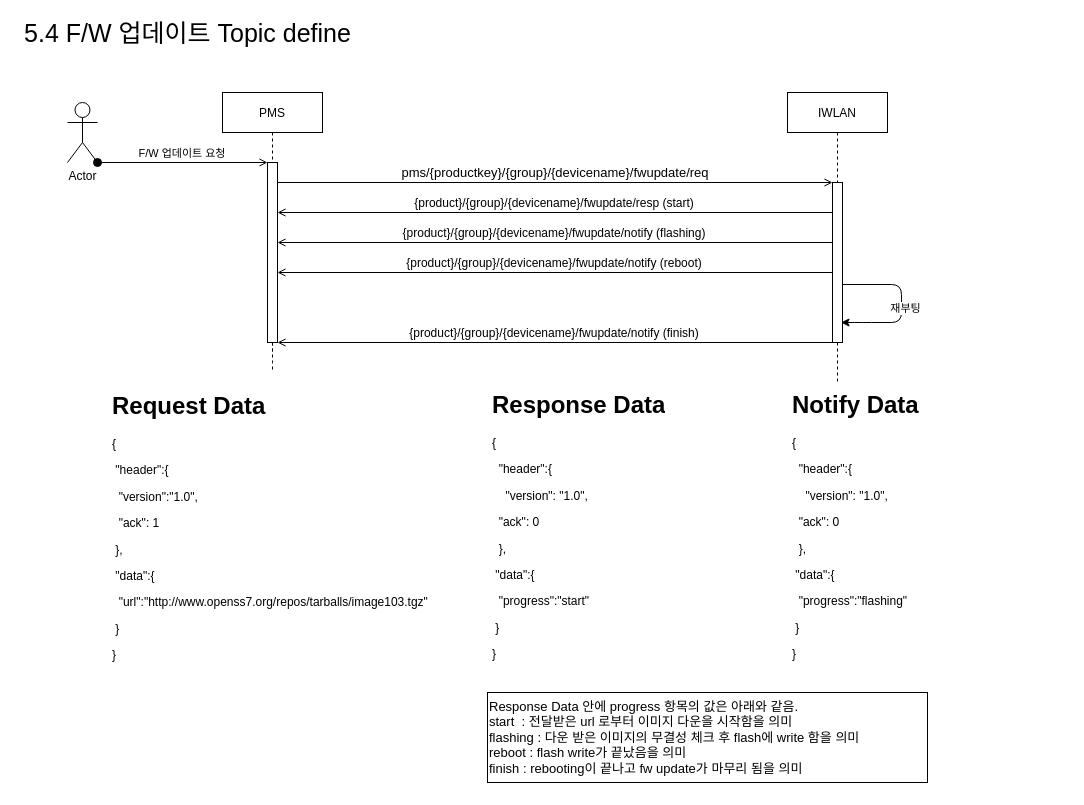
The draw.io diagram page "5.4 F/W 업데이트 Topic define" (2 of 2) of s-project-ota.drawio in carnavi-jskim/draw.io, before the edit. Source tidied: cells renumbered, new cells numbered last; positions are measured from the earlier drawing's top-left corner, leaving out a move shared by most shapes. Both pictures are drawn from the tidied source at 100%, with x=0, y=0 at pixel (17, 22).
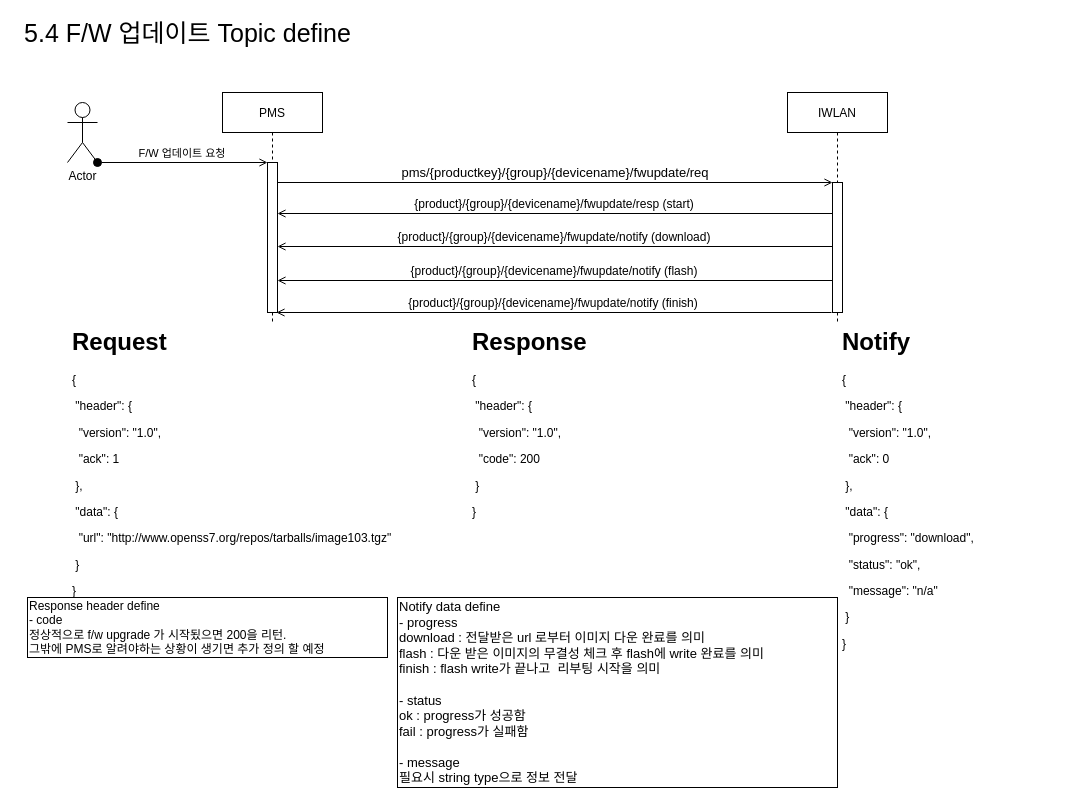
The same diagram, later.

The edit, as a diff of the source:
```diff
@@
     <mxCell id="2" value="PMS" style="shape=umlLifeline;perimeter=lifelinePerimeter;rounded=0;shadow=0;strokeWidth=1;" parent="1" vertex="1">
-      <mxGeometry x="205" y="70" width="100" height="260" as="geometry" />
+      <mxGeometry x="205" y="70" width="100" height="230" as="geometry" />
     </mxCell>
     <mxCell id="3" style="points=[];perimeter=orthogonalPerimeter;rounded=0;shadow=0;strokeWidth=1;" parent="2" vertex="1">
-      <mxGeometry x="45" y="70" width="10" height="180" as="geometry" />
+      <mxGeometry x="45" y="70" width="10" height="150" as="geometry" />
     </mxCell>
@@
-    <mxCell id="5" value="{product}/{group}/{devicename}/fwupdate/resp (start)" style="verticalAlign=bottom;endArrow=open;entryX=1;entryY=0;shadow=0;strokeWidth=1;fontSize=12;endFill=0;" parent="1" edge="1" source="12">
+    <mxCell id="5" value="{product}/{group}/{devicename}/fwupdate/notify (download)" style="verticalAlign=bottom;endArrow=open;entryX=1;entryY=0;shadow=0;strokeWidth=1;fontSize=12;endFill=0;" parent="1" edge="1">
       <mxGeometry relative="1" as="geometry">
-        <mxPoint x="260" y="190" as="targetPoint" />
+        <mxPoint x="815" y="224" as="sourcePoint" />
+        <mxPoint x="260" y="224" as="targetPoint" />
       </mxGeometry>
     </mxCell>
@@
     <mxCell id="9" value="IWLAN" style="shape=umlLifeline;perimeter=lifelinePerimeter;rounded=0;shadow=0;strokeWidth=1;" parent="1" vertex="1">
-      <mxGeometry x="770" y="70" width="100" height="290" as="geometry" />
+      <mxGeometry x="770" y="70" width="100" height="230" as="geometry" />
     </mxCell>
-    <mxCell id="10" style="endArrow=classic;html=1;exitX=-0.1;exitY=0.51;exitDx=0;exitDy=0;exitPerimeter=0;" parent="9" edge="1">
-      <mxGeometry relative="1" as="geometry">
-        <mxPoint x="48" y="192" as="sourcePoint" />
-        <mxPoint x="53.5" y="230" as="targetPoint" />
-        <Array as="points">
-          <mxPoint x="114" y="192" />
-          <mxPoint x="114" y="230" />
-          <mxPoint x="74" y="230" />
-        </Array>
-      </mxGeometry>
-    </mxCell>
-    <mxCell id="11" value="재부팅" style="edgeLabel;html=1;align=center;verticalAlign=middle;" parent="10" vertex="1">
-      <mxGeometry x="0.08" y="3" relative="1" as="geometry" />
-    </mxCell>
     <mxCell id="12" style="points=[];perimeter=orthogonalPerimeter;rounded=0;shadow=0;strokeWidth=1;" parent="9" vertex="1">
-      <mxGeometry x="45" y="90" width="10" height="160" as="geometry" />
+      <mxGeometry x="45" y="90" width="10" height="130" as="geometry" />
     </mxCell>
-    <mxCell id="13" value="&lt;h1&gt;Request Data&lt;/h1&gt;&lt;p&gt;{&lt;/p&gt;&lt;p&gt;&lt;span&gt; &lt;/span&gt;&lt;span&gt; &lt;/span&gt;&lt;span style=&quot;white-space: pre&quot;&gt; &lt;/span&gt;&quot;header&quot;:{&lt;br&gt;&lt;/p&gt;&lt;p&gt;&lt;span&gt; &lt;/span&gt;&lt;span&gt; &lt;/span&gt;&lt;span&gt; &lt;/span&gt;&lt;span&gt; &lt;/span&gt;&lt;span style=&quot;white-space: pre&quot;&gt; &lt;/span&gt;&lt;span style=&quot;white-space: pre&quot;&gt; &lt;/span&gt;&quot;version&quot;:&quot;1.0&quot;,&lt;/p&gt;&lt;p&gt;&lt;span style=&quot;white-space: pre&quot;&gt; &lt;/span&gt;&lt;span style=&quot;white-space: pre&quot;&gt; &lt;/span&gt;&quot;ack&quot;: 1&lt;br&gt;&lt;/p&gt;&lt;p&gt;&lt;span&gt; &lt;/span&gt;&lt;span&gt; &lt;/span&gt;&lt;span style=&quot;white-space: pre&quot;&gt; &lt;/span&gt;},&lt;br&gt;&lt;/p&gt;&lt;p&gt;&lt;span&gt; &lt;/span&gt;&lt;span style=&quot;white-space: pre&quot;&gt; &lt;/span&gt;&quot;data&quot;:{&lt;/p&gt;&lt;p&gt;&lt;span&gt; &lt;/span&gt;&lt;span&gt; &lt;/span&gt;&lt;span style=&quot;white-space: pre&quot;&gt; &lt;/span&gt;&lt;span style=&quot;white-space: pre&quot;&gt; &lt;/span&gt;&quot;url&quot;:&quot;http://www.openss7.org/repos/tarballs/image103.tgz&quot;&lt;br&gt;&lt;/p&gt;&lt;p&gt;&lt;span&gt; &lt;/span&gt;&lt;span style=&quot;white-space: pre&quot;&gt; &lt;/span&gt;}&lt;/p&gt;&lt;p&gt;}&lt;/p&gt;" style="text;html=1;strokeColor=none;fillColor=none;spacing=5;spacingTop=-20;whiteSpace=wrap;overflow=hidden;rounded=0;fontSize=12;" parent="1" vertex="1">
-      <mxGeometry x="90" y="364" width="370" height="325" as="geometry" />
+    <mxCell id="13" value="&lt;h1&gt;Request&lt;/h1&gt;&lt;p&gt;{&lt;/p&gt;&lt;p&gt;&lt;span&gt;&lt;span style=&quot;white-space: pre&quot;&gt; &lt;/span&gt;&quot;header&quot;: {&lt;/span&gt;&lt;/p&gt;&lt;p&gt;&lt;span&gt;&lt;span style=&quot;white-space: pre&quot;&gt; &lt;/span&gt;&lt;span style=&quot;white-space: pre&quot;&gt; &lt;/span&gt;&quot;version&quot;: &quot;1.0&quot;,&lt;/span&gt;&lt;/p&gt;&lt;p&gt;&lt;span&gt;&lt;span style=&quot;white-space: pre&quot;&gt; &lt;/span&gt;&lt;span style=&quot;white-space: pre&quot;&gt; &lt;/span&gt;&quot;ack&quot;: 1&lt;/span&gt;&lt;/p&gt;&lt;p&gt;&lt;span&gt;&lt;span style=&quot;white-space: pre&quot;&gt; &lt;/span&gt;},&lt;/span&gt;&lt;/p&gt;&lt;p&gt;&lt;span&gt;&lt;span style=&quot;white-space: pre&quot;&gt; &lt;/span&gt;&quot;data&quot;: {&lt;/span&gt;&lt;/p&gt;&lt;p&gt;&lt;span&gt;&lt;span style=&quot;white-space: pre&quot;&gt; &lt;/span&gt;&lt;span style=&quot;white-space: pre&quot;&gt; &lt;/span&gt;&quot;url&quot;: &quot;http://www.openss7.org/repos/tarballs/image103.tgz&quot;&lt;/span&gt;&lt;/p&gt;&lt;p&gt;&lt;span&gt;&lt;span style=&quot;white-space: pre&quot;&gt; &lt;/span&gt;}&lt;/span&gt;&lt;/p&gt;&lt;p&gt;&lt;span&gt;}&lt;/span&gt;&lt;/p&gt;" style="text;html=1;strokeColor=none;fillColor=none;spacing=5;spacingTop=-20;whiteSpace=wrap;overflow=hidden;rounded=0;fontSize=12;" parent="1" vertex="1">
+      <mxGeometry x="50" y="300" width="380" height="286" as="geometry" />
     </mxCell>
-    <mxCell id="14" value="&lt;h1&gt;Response Data&lt;/h1&gt;&lt;p&gt;{&lt;/p&gt;&lt;p&gt;&lt;span style=&quot;white-space: pre&quot;&gt; &lt;span style=&quot;white-space: pre&quot;&gt; &lt;/span&gt;&lt;/span&gt;&quot;header&quot;:{&lt;br&gt;&lt;/p&gt;&lt;p&gt;&lt;span style=&quot;white-space: pre&quot;&gt; &lt;/span&gt;&lt;span style=&quot;white-space: pre&quot;&gt; &lt;span style=&quot;white-space: pre&quot;&gt; &lt;/span&gt;&lt;span style=&quot;white-space: pre&quot;&gt; &lt;/span&gt;&lt;/span&gt;&quot;version&quot;: &quot;1.0&quot;,&lt;/p&gt;&lt;p&gt;&lt;span style=&quot;white-space: pre&quot;&gt; &lt;/span&gt;&lt;span style=&quot;white-space: pre&quot;&gt; &lt;/span&gt;&quot;ack&quot;: 0&lt;br&gt;&lt;/p&gt;&lt;p&gt;&lt;span style=&quot;white-space: pre&quot;&gt; &lt;span style=&quot;white-space: pre&quot;&gt; &lt;/span&gt;&lt;/span&gt;},&lt;br&gt;&lt;/p&gt;&lt;p&gt;&lt;span style=&quot;white-space: pre&quot;&gt; &lt;/span&gt;&quot;data&quot;:{&lt;/p&gt;&lt;p&gt;&lt;span style=&quot;white-space: pre&quot;&gt; &lt;/span&gt;&lt;span style=&quot;white-space: pre&quot;&gt; &lt;/span&gt;&quot;progress&quot;:&quot;start&quot;&lt;br&gt;&lt;/p&gt;&lt;p&gt;&lt;span style=&quot;white-space: pre&quot;&gt; &lt;/span&gt;}&lt;/p&gt;&lt;p&gt;}&lt;/p&gt;" style="text;html=1;strokeColor=none;fillColor=none;spacing=5;spacingTop=-20;whiteSpace=wrap;overflow=hidden;rounded=0;fontSize=12;" parent="1" vertex="1">
-      <mxGeometry x="470" y="363" width="210" height="276" as="geometry" />
-    </mxCell>
-    <mxCell id="15" style="edgeStyle=orthogonalEdgeStyle;rounded=0;jettySize=auto;html=1;dashed=1;endArrow=none;endFill=0;" parent="1" edge="1" source="3">
-      <mxGeometry relative="1" as="geometry">
-        <mxPoint x="255" y="350" as="targetPoint" />
-      </mxGeometry>
-    </mxCell>
-    <mxCell id="16" value="&lt;font style=&quot;font-size: 13px&quot;&gt;Response Data 안에 progress 항목의 값은 아래와 같음.&lt;br&gt;&lt;div&gt;&lt;span&gt;start&lt;span style=&quot;white-space: pre&quot;&gt; &lt;/span&gt;&lt;span style=&quot;white-space: pre&quot;&gt; &lt;/span&gt;: 전달받은 url 로부터 이미지 다운을 시작함을 의미&lt;/span&gt;&lt;/div&gt;&lt;div&gt;&lt;span&gt;flashing&lt;span style=&quot;white-space: pre&quot;&gt; &lt;/span&gt;: 다운 받은 이미지의 무결성 체크 후 flash에 write 함을 의미&lt;/span&gt;&lt;/div&gt;&lt;div&gt;&lt;span&gt;reboot&lt;span style=&quot;white-space: pre&quot;&gt; &lt;/span&gt;: flash write가 끝났음을 의미&lt;/span&gt;&lt;/div&gt;&lt;div&gt;finish&lt;span style=&quot;white-space: pre&quot;&gt; &lt;/span&gt;: rebooting이 끝나고 fw update가 마무리 됨을 의미&lt;/div&gt;&lt;/font&gt;" style="rounded=0;whiteSpace=wrap;html=1;align=left;" parent="1" vertex="1">
-      <mxGeometry x="470" y="670" width="440" height="90" as="geometry" />
+    <mxCell id="16" value="&lt;font style=&quot;font-size: 13px&quot;&gt;Notify data define&lt;br&gt;- progress&lt;br&gt;&lt;div&gt;&lt;span&gt;download&lt;span style=&quot;white-space: pre&quot;&gt; &lt;/span&gt;: 전달받은 url 로부터 이미지 다운 완료를 의미&lt;/span&gt;&lt;/div&gt;&lt;div&gt;&lt;span&gt;flash&lt;span style=&quot;white-space: pre&quot;&gt; &lt;/span&gt;: 다운 받은 이미지의 무결성 체크 후 flash에 write 완료를 의미&lt;/span&gt;&lt;/div&gt;&lt;div&gt;&lt;span&gt;finish&lt;span style=&quot;white-space: pre&quot;&gt; &lt;/span&gt;&lt;/span&gt;&lt;span&gt;: flash write가 끝나고&amp;nbsp; 리부팅 시작을 의미&lt;/span&gt;&lt;br&gt;&lt;/div&gt;&lt;div&gt;&lt;span&gt;&lt;br&gt;&lt;/span&gt;&lt;/div&gt;&lt;div&gt;&lt;span&gt;- status&lt;/span&gt;&lt;/div&gt;&lt;div&gt;&lt;span&gt;ok&lt;span style=&quot;white-space: pre&quot;&gt; &lt;/span&gt;: progress가 성공함&amp;nbsp;&lt;/span&gt;&lt;/div&gt;&lt;div&gt;&lt;span&gt;fail&lt;span style=&quot;white-space: pre&quot;&gt; &lt;/span&gt;: progress가 실패함&lt;/span&gt;&lt;/div&gt;&lt;div&gt;&lt;span&gt;&lt;br&gt;&lt;/span&gt;&lt;/div&gt;&lt;div&gt;&lt;span&gt;- message&lt;/span&gt;&lt;/div&gt;&lt;div&gt;필요시 string type으로 정보 전달&lt;/div&gt;&lt;/font&gt;" style="rounded=0;whiteSpace=wrap;html=1;align=left;" parent="1" vertex="1">
+      <mxGeometry x="380" y="575" width="440" height="190" as="geometry" />
     </mxCell>
-    <mxCell id="17" value="{product}/{group}/{devicename}/fwupdate/notify (flashing)" style="verticalAlign=bottom;endArrow=open;entryX=1;entryY=0;shadow=0;strokeWidth=1;fontSize=12;endFill=0;" parent="1" edge="1">
+    <mxCell id="17" value="{product}/{group}/{devicename}/fwupdate/notify (flash)" style="verticalAlign=bottom;endArrow=open;entryX=1;entryY=0;shadow=0;strokeWidth=1;fontSize=12;endFill=0;" parent="1" edge="1">
       <mxGeometry relative="1" as="geometry">
-        <mxPoint x="815" y="220" as="sourcePoint" />
-        <mxPoint x="260" y="220" as="targetPoint" />
+        <mxPoint x="815" y="258" as="sourcePoint" />
+        <mxPoint x="260" y="258" as="targetPoint" />
       </mxGeometry>
     </mxCell>
-    <mxCell id="18" value="{product}/{group}/{devicename}/fwupdate/notify (reboot)" style="verticalAlign=bottom;endArrow=open;entryX=1;entryY=0;shadow=0;strokeWidth=1;fontSize=12;endFill=0;" parent="1" edge="1">
+    <mxCell id="18" value="{product}/{group}/{devicename}/fwupdate/notify (finish)" style="verticalAlign=bottom;endArrow=open;entryX=1;entryY=0;shadow=0;strokeWidth=1;fontSize=12;endFill=0;" parent="1" edge="1">
       <mxGeometry relative="1" as="geometry">
-        <mxPoint x="815" y="250" as="sourcePoint" />
-        <mxPoint x="260" y="250" as="targetPoint" />
+        <mxPoint x="814" y="290" as="sourcePoint" />
+        <mxPoint x="259" y="290" as="targetPoint" />
       </mxGeometry>
     </mxCell>
-    <mxCell id="19" value="{product}/{group}/{devicename}/fwupdate/notify (finish)" style="verticalAlign=bottom;endArrow=open;entryX=1;entryY=0;shadow=0;strokeWidth=1;fontSize=12;endFill=0;" parent="1" edge="1">
-      <mxGeometry relative="1" as="geometry">
-        <mxPoint x="815" y="320" as="sourcePoint" />
-        <mxPoint x="260" y="320" as="targetPoint" />
-      </mxGeometry>
-    </mxCell>
-    <mxCell id="20" value="&lt;h1&gt;Notify Data&lt;/h1&gt;&lt;p&gt;{&lt;/p&gt;&lt;p&gt;&lt;span style=&quot;white-space: pre&quot;&gt; &lt;span style=&quot;white-space: pre&quot;&gt; &lt;/span&gt;&lt;/span&gt;&quot;header&quot;:{&lt;br&gt;&lt;/p&gt;&lt;p&gt;&lt;span style=&quot;white-space: pre&quot;&gt; &lt;/span&gt;&lt;span style=&quot;white-space: pre&quot;&gt; &lt;span style=&quot;white-space: pre&quot;&gt; &lt;/span&gt;&lt;span style=&quot;white-space: pre&quot;&gt; &lt;/span&gt;&lt;/span&gt;&quot;version&quot;: &quot;1.0&quot;,&lt;/p&gt;&lt;p&gt;&lt;span style=&quot;white-space: pre&quot;&gt; &lt;/span&gt;&lt;span style=&quot;white-space: pre&quot;&gt; &lt;/span&gt;&quot;ack&quot;: 0&lt;br&gt;&lt;/p&gt;&lt;p&gt;&lt;span style=&quot;white-space: pre&quot;&gt; &lt;span style=&quot;white-space: pre&quot;&gt; &lt;/span&gt;&lt;/span&gt;},&lt;br&gt;&lt;/p&gt;&lt;p&gt;&lt;span style=&quot;white-space: pre&quot;&gt; &lt;/span&gt;&quot;data&quot;:{&lt;/p&gt;&lt;p&gt;&lt;span style=&quot;white-space: pre&quot;&gt; &lt;/span&gt;&lt;span style=&quot;white-space: pre&quot;&gt; &lt;/span&gt;&quot;progress&quot;:&quot;flashing&quot;&lt;br&gt;&lt;/p&gt;&lt;p&gt;&lt;span style=&quot;white-space: pre&quot;&gt; &lt;/span&gt;}&lt;/p&gt;&lt;p&gt;}&lt;/p&gt;" style="text;html=1;strokeColor=none;fillColor=none;spacing=5;spacingTop=-20;whiteSpace=wrap;overflow=hidden;rounded=0;fontSize=12;" parent="1" vertex="1">
-      <mxGeometry x="770" y="363" width="210" height="276" as="geometry" />
+    <mxCell id="20" value="&lt;h1&gt;Notify&lt;/h1&gt;&lt;p&gt;{&lt;/p&gt;&lt;p&gt;&lt;span&gt;&lt;span style=&quot;white-space: pre&quot;&gt; &lt;/span&gt;&quot;header&quot;: {&lt;/span&gt;&lt;/p&gt;&lt;p&gt;&lt;span&gt;&lt;span style=&quot;white-space: pre&quot;&gt; &lt;/span&gt;&lt;span style=&quot;white-space: pre&quot;&gt; &lt;/span&gt;&quot;version&quot;: &quot;1.0&quot;,&lt;/span&gt;&lt;/p&gt;&lt;p&gt;&lt;span&gt;&lt;span style=&quot;white-space: pre&quot;&gt; &lt;/span&gt;&lt;span style=&quot;white-space: pre&quot;&gt; &lt;/span&gt;&quot;ack&quot;: 0&lt;/span&gt;&lt;/p&gt;&lt;p&gt;&lt;span&gt;&lt;span style=&quot;white-space: pre&quot;&gt; &lt;/span&gt;},&lt;/span&gt;&lt;/p&gt;&lt;p&gt;&lt;span&gt;&lt;span style=&quot;white-space: pre&quot;&gt; &lt;/span&gt;&quot;data&quot;: {&lt;/span&gt;&lt;/p&gt;&lt;p&gt;&lt;span&gt;&lt;span style=&quot;white-space: pre&quot;&gt; &lt;/span&gt;&lt;span style=&quot;white-space: pre&quot;&gt; &lt;/span&gt;&quot;progress&quot;: &quot;download&quot;,&lt;/span&gt;&lt;/p&gt;&lt;p&gt;&lt;span&gt;&lt;span style=&quot;white-space: pre&quot;&gt; &lt;/span&gt;&lt;span style=&quot;white-space: pre&quot;&gt; &lt;/span&gt;&quot;status&quot;: &quot;ok&quot;,&lt;br&gt;&lt;/span&gt;&lt;/p&gt;&lt;p&gt;&lt;span&gt;&lt;span style=&quot;white-space: pre&quot;&gt; &lt;/span&gt;&lt;span style=&quot;white-space: pre&quot;&gt; &lt;/span&gt;&quot;message&quot;: &quot;n/a&quot;&lt;br&gt;&lt;/span&gt;&lt;/p&gt;&lt;p&gt;&lt;span&gt;&lt;span style=&quot;white-space: pre&quot;&gt; &lt;/span&gt;}&lt;/span&gt;&lt;/p&gt;&lt;p&gt;&lt;span&gt;}&lt;/span&gt;&lt;/p&gt;" style="text;html=1;strokeColor=none;fillColor=none;spacing=5;spacingTop=-20;whiteSpace=wrap;overflow=hidden;rounded=0;fontSize=12;" parent="1" vertex="1">
+      <mxGeometry x="820" y="300" width="230" height="347" as="geometry" />
     </mxCell>
+    <mxCell id="21" value="{product}/{group}/{devicename}/fwupdate/resp (start)" style="verticalAlign=bottom;endArrow=open;entryX=1;entryY=0;shadow=0;strokeWidth=1;fontSize=12;endFill=0;" parent="1" edge="1">
+      <mxGeometry relative="1" as="geometry">
+        <mxPoint x="815" y="191" as="sourcePoint" />
+        <mxPoint x="260" y="191" as="targetPoint" />
+      </mxGeometry>
+    </mxCell>
+    <mxCell id="22" value="&lt;h1&gt;Response&lt;/h1&gt;&lt;p&gt;&lt;/p&gt;&lt;span&gt;&lt;p&gt;{&lt;/p&gt;&lt;p&gt;&lt;span&gt;&lt;span style=&quot;white-space: pre&quot;&gt; &lt;/span&gt;&quot;header&quot;: {&lt;/span&gt;&lt;/p&gt;&lt;p&gt;&lt;span&gt;&lt;span style=&quot;white-space: pre&quot;&gt; &lt;/span&gt;&lt;span style=&quot;white-space: pre&quot;&gt; &lt;/span&gt;&quot;version&quot;: &quot;1.0&quot;,&lt;/span&gt;&lt;/p&gt;&lt;p&gt;&lt;span&gt;&lt;span style=&quot;white-space: pre&quot;&gt; &lt;/span&gt;&lt;span style=&quot;white-space: pre&quot;&gt; &lt;/span&gt;&quot;code&quot;: 200&lt;/span&gt;&lt;/p&gt;&lt;p&gt;&lt;span&gt;&lt;span style=&quot;white-space: pre&quot;&gt; &lt;/span&gt;}&lt;/span&gt;&lt;/p&gt;&lt;p&gt;&lt;span&gt;}&lt;/span&gt;&lt;/p&gt;&lt;/span&gt;" style="text;html=1;strokeColor=none;fillColor=none;spacing=5;spacingTop=-20;whiteSpace=wrap;overflow=hidden;rounded=0;fontSize=12;" parent="1" vertex="1">
+      <mxGeometry x="450" y="300" width="240" height="275" as="geometry" />
+    </mxCell>
+    <mxCell id="23" value="Response header define&lt;br&gt;- code&lt;br&gt;정상적으로 f/w upgrade 가 시작됬으면 200을 리턴.&lt;br&gt;그밖에 PMS로 알려야하는 상황이 생기면 추가 정의 할 예정" style="rounded=0;whiteSpace=wrap;html=1;align=left;" parent="1" vertex="1">
+      <mxGeometry x="10" y="575" width="360" height="60" as="geometry" />
+    </mxCell>
```
